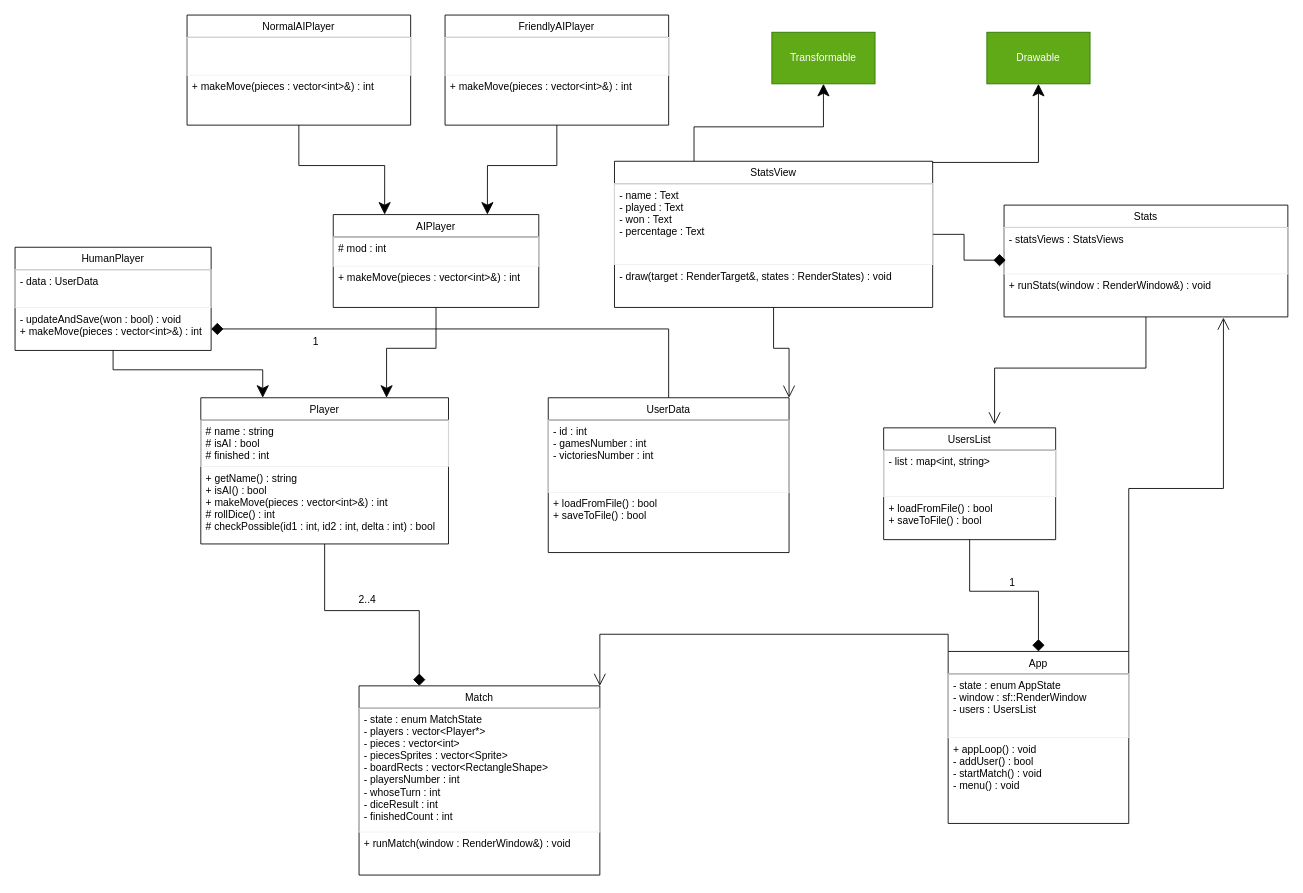
Earlier version of the draw.io diagram docs/diagram.drawio (cptkidd62/ludo-game). Source tidied: cells renumbered, new cells numbered last; positions are measured from the earlier drawing's top-left corner, leaving out a move shared by most shapes. Both pictures are drawn from the tidied source at 86%, with x=0, y=0 at pixel (15, 15).
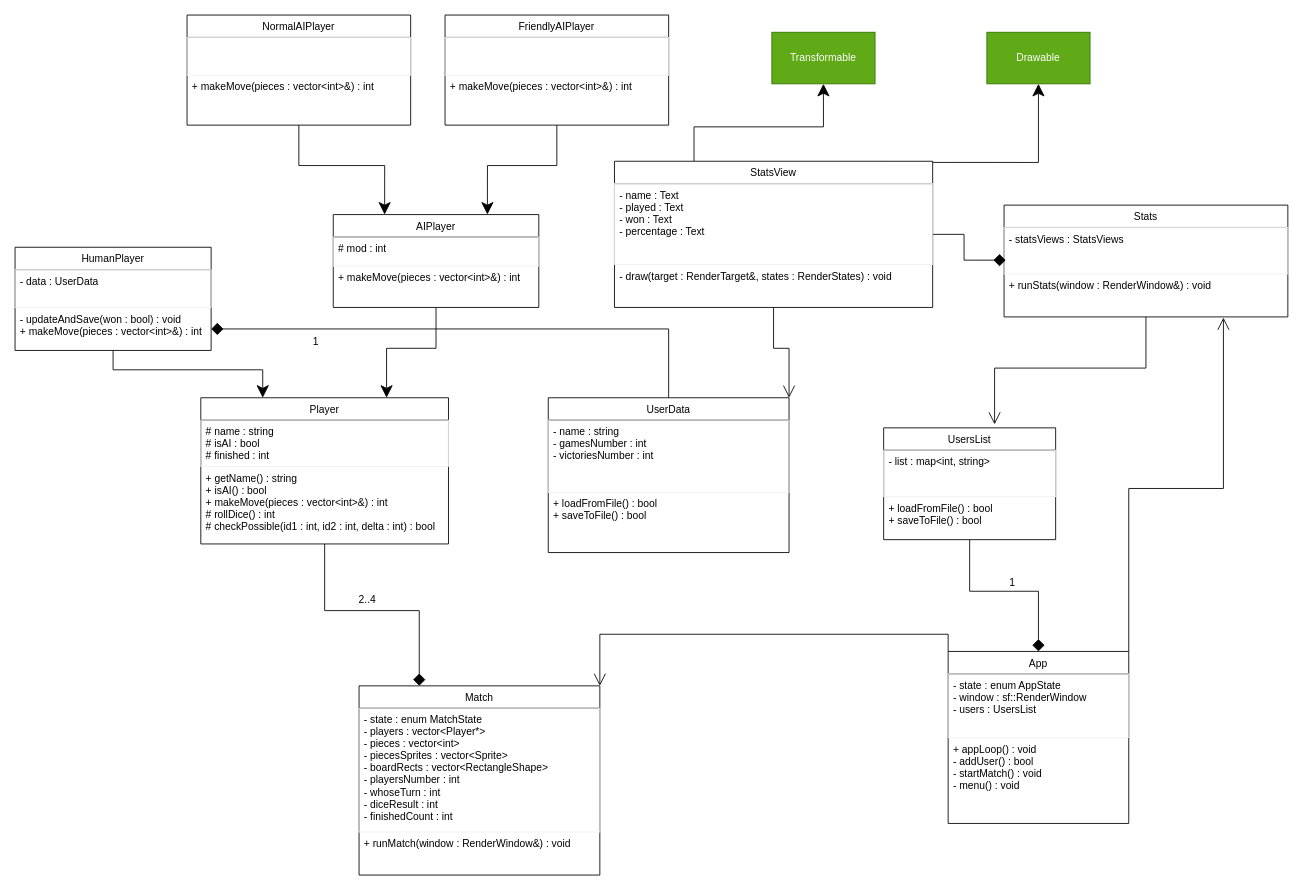
The same page after the edit.

The change refers to these unchanged cells:
```xml
<mxCell id="23" value="UserData" style="swimlane;fontStyle=0;horizontal=1;startSize=26;" parent="1" vertex="1">
  <mxGeometry x="620" y="445" width="280" height="180" as="geometry" />
</mxCell>
```

What changed in the source:
```diff
@@
-    <mxCell id="24" value="- id : int&#10;- gamesNumber : int&#10;- victoriesNumber : int" style="text;fillColor=none;align=left;verticalAlign=top;spacingLeft=4;spacingRight=4;overflow=hidden;strokeColor=#f0f0f0;" parent="23" vertex="1">
+    <mxCell id="24" value="- name : string&#10;- gamesNumber : int&#10;- victoriesNumber : int" style="text;fillColor=none;align=left;verticalAlign=top;spacingLeft=4;spacingRight=4;overflow=hidden;strokeColor=#f0f0f0;" parent="23" vertex="1">
       <mxGeometry y="26" width="280" height="84" as="geometry" />
     </mxCell>
```
